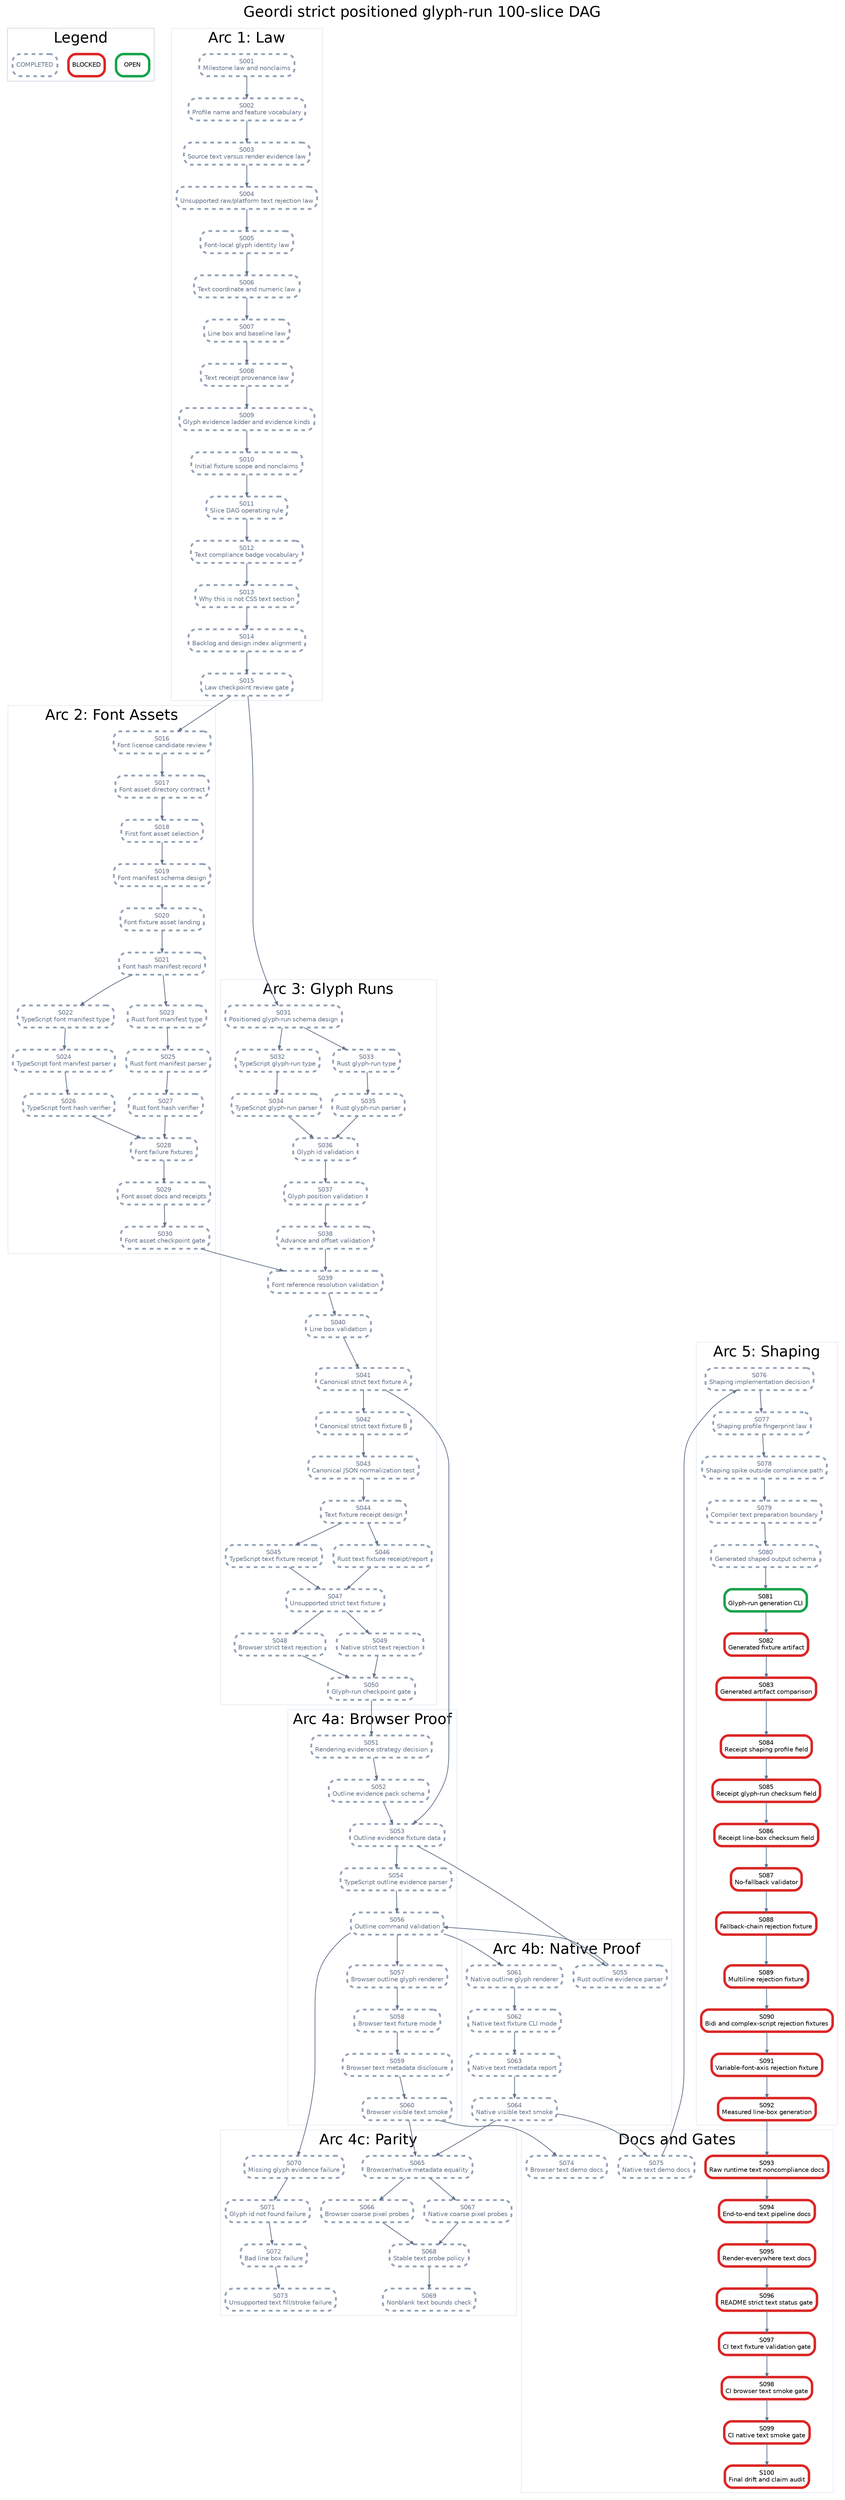
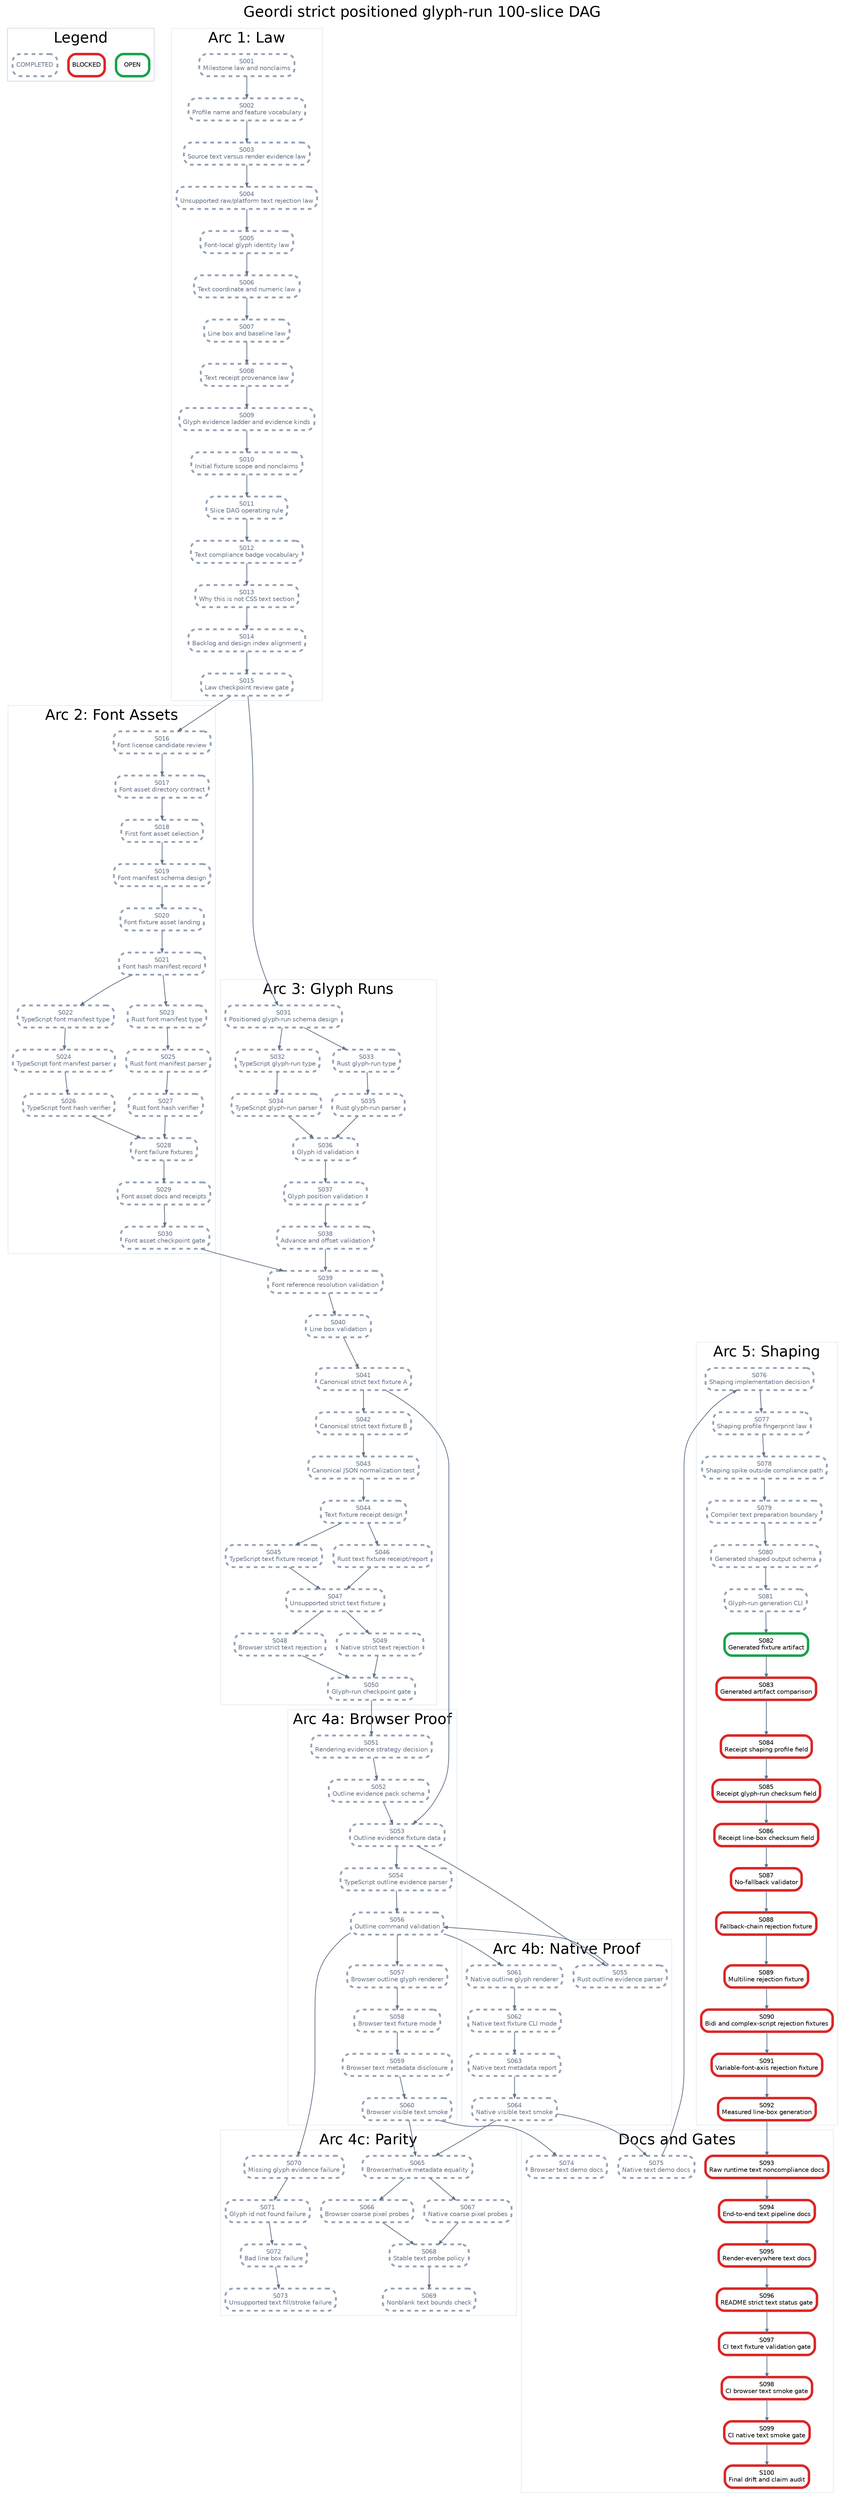
digraph StrictPositionedGlyphRunPlan {
  graph [rankdir=TB, bgcolor="white", fontname="Helvetica", label="Geordi strict positioned glyph-run 100-slice DAG", labelloc="t", fontsize=24];
  node [shape=box, style="rounded,filled", fillcolor="white", fontname="Helvetica", fontsize=10, margin="0.08,0.05"];
  edge [color="#64748b", arrowsize=0.6, penwidth=1.2];

  subgraph cluster_legend {
    label="Legend";
    color="#cbd5e1";
    legend_open [label="OPEN", color="#16a34a", penwidth=4];
    legend_blocked [label="BLOCKED", color="#dc2626", penwidth=4];
    legend_done [label="COMPLETED", color="#94a3b8", penwidth=3, style="rounded,filled,dashed", fontcolor="#64748b"];
  }

  subgraph cluster_law {
    label="Arc 1: Law";
    color="#e2e8f0";
    S001 [label="S001\nMilestone law and nonclaims", color="#94a3b8", penwidth=3, style="rounded,filled,dashed", fontcolor="#64748b"];
    S002 [label="S002\nProfile name and feature vocabulary", color="#94a3b8", penwidth=3, style="rounded,filled,dashed", fontcolor="#64748b"];
    S003 [label="S003\nSource text versus render evidence law", color="#94a3b8", penwidth=3, style="rounded,filled,dashed", fontcolor="#64748b"];
    S004 [label="S004\nUnsupported raw/platform text rejection law", color="#94a3b8", penwidth=3, style="rounded,filled,dashed", fontcolor="#64748b"];
    S005 [label="S005\nFont-local glyph identity law", color="#94a3b8", penwidth=3, style="rounded,filled,dashed", fontcolor="#64748b"];
    S006 [label="S006\nText coordinate and numeric law", color="#94a3b8", penwidth=3, style="rounded,filled,dashed", fontcolor="#64748b"];
    S007 [label="S007\nLine box and baseline law", color="#94a3b8", penwidth=3, style="rounded,filled,dashed", fontcolor="#64748b"];
    S008 [label="S008\nText receipt provenance law", color="#94a3b8", penwidth=3, style="rounded,filled,dashed", fontcolor="#64748b"];
    S009 [label="S009\nGlyph evidence ladder and evidence kinds", color="#94a3b8", penwidth=3, style="rounded,filled,dashed", fontcolor="#64748b"];
    S010 [label="S010\nInitial fixture scope and nonclaims", color="#94a3b8", penwidth=3, style="rounded,filled,dashed", fontcolor="#64748b"];
    S011 [label="S011\nSlice DAG operating rule", color="#94a3b8", penwidth=3, style="rounded,filled,dashed", fontcolor="#64748b"];
    S012 [label="S012\nText compliance badge vocabulary", color="#94a3b8", penwidth=3, style="rounded,filled,dashed", fontcolor="#64748b"];
    S013 [label="S013\nWhy this is not CSS text section", color="#94a3b8", penwidth=3, style="rounded,filled,dashed", fontcolor="#64748b"];
    S014 [label="S014\nBacklog and design index alignment", color="#94a3b8", penwidth=3, style="rounded,filled,dashed", fontcolor="#64748b"];
    S015 [label="S015\nLaw checkpoint review gate", color="#94a3b8", penwidth=3, style="rounded,filled,dashed", fontcolor="#64748b"];
  }

  subgraph cluster_assets {
    label="Arc 2: Font Assets";
    color="#e2e8f0";
    S016 [label="S016\nFont license candidate review", color="#94a3b8", penwidth=3, style="rounded,filled,dashed", fontcolor="#64748b"];
    S017 [label="S017\nFont asset directory contract", color="#94a3b8", penwidth=3, style="rounded,filled,dashed", fontcolor="#64748b"];
    S018 [label="S018\nFirst font asset selection", color="#94a3b8", penwidth=3, style="rounded,filled,dashed", fontcolor="#64748b"];
    S019 [label="S019\nFont manifest schema design", color="#94a3b8", penwidth=3, style="rounded,filled,dashed", fontcolor="#64748b"];
    S020 [label="S020\nFont fixture asset landing", color="#94a3b8", penwidth=3, style="rounded,filled,dashed", fontcolor="#64748b"];
    S021 [label="S021\nFont hash manifest record", color="#94a3b8", penwidth=3, style="rounded,filled,dashed", fontcolor="#64748b"];
    S022 [label="S022\nTypeScript font manifest type", color="#94a3b8", penwidth=3, style="rounded,filled,dashed", fontcolor="#64748b"];
    S023 [label="S023\nRust font manifest type", color="#94a3b8", penwidth=3, style="rounded,filled,dashed", fontcolor="#64748b"];
    S024 [label="S024\nTypeScript font manifest parser", color="#94a3b8", penwidth=3, style="rounded,filled,dashed", fontcolor="#64748b"];
    S025 [label="S025\nRust font manifest parser", color="#94a3b8", penwidth=3, style="rounded,filled,dashed", fontcolor="#64748b"];
    S026 [label="S026\nTypeScript font hash verifier", color="#94a3b8", penwidth=3, style="rounded,filled,dashed", fontcolor="#64748b"];
    S027 [label="S027\nRust font hash verifier", color="#94a3b8", penwidth=3, style="rounded,filled,dashed", fontcolor="#64748b"];
    S028 [label="S028\nFont failure fixtures", color="#94a3b8", penwidth=3, style="rounded,filled,dashed", fontcolor="#64748b"];
    S029 [label="S029\nFont asset docs and receipts", color="#94a3b8", penwidth=3, style="rounded,filled,dashed", fontcolor="#64748b"];
    S030 [label="S030\nFont asset checkpoint gate", color="#94a3b8", penwidth=3, style="rounded,filled,dashed", fontcolor="#64748b"];
  }

  subgraph cluster_glyph {
    label="Arc 3: Glyph Runs";
    color="#e2e8f0";
    S031 [label="S031\nPositioned glyph-run schema design", color="#94a3b8", penwidth=3, style="rounded,filled,dashed", fontcolor="#64748b"];
    S032 [label="S032\nTypeScript glyph-run type", color="#94a3b8", penwidth=3, style="rounded,filled,dashed", fontcolor="#64748b"];
    S033 [label="S033\nRust glyph-run type", color="#94a3b8", penwidth=3, style="rounded,filled,dashed", fontcolor="#64748b"];
    S034 [label="S034\nTypeScript glyph-run parser", color="#94a3b8", penwidth=3, style="rounded,filled,dashed", fontcolor="#64748b"];
    S035 [label="S035\nRust glyph-run parser", color="#94a3b8", penwidth=3, style="rounded,filled,dashed", fontcolor="#64748b"];
    S036 [label="S036\nGlyph id validation", color="#94a3b8", penwidth=3, style="rounded,filled,dashed", fontcolor="#64748b"];
    S037 [label="S037\nGlyph position validation", color="#94a3b8", penwidth=3, style="rounded,filled,dashed", fontcolor="#64748b"];
    S038 [label="S038\nAdvance and offset validation", color="#94a3b8", penwidth=3, style="rounded,filled,dashed", fontcolor="#64748b"];
    S039 [label="S039\nFont reference resolution validation", color="#94a3b8", penwidth=3, style="rounded,filled,dashed", fontcolor="#64748b"];
    S040 [label="S040\nLine box validation", color="#94a3b8", penwidth=3, style="rounded,filled,dashed", fontcolor="#64748b"];
    S041 [label="S041\nCanonical strict text fixture A", color="#94a3b8", penwidth=3, style="rounded,filled,dashed", fontcolor="#64748b"];
    S042 [label="S042\nCanonical strict text fixture B", color="#94a3b8", penwidth=3, style="rounded,filled,dashed", fontcolor="#64748b"];
    S043 [label="S043\nCanonical JSON normalization test", color="#94a3b8", penwidth=3, style="rounded,filled,dashed", fontcolor="#64748b"];
    S044 [label="S044\nText fixture receipt design", color="#94a3b8", penwidth=3, style="rounded,filled,dashed", fontcolor="#64748b"];
    S045 [label="S045\nTypeScript text fixture receipt", color="#94a3b8", penwidth=3, style="rounded,filled,dashed", fontcolor="#64748b"];
    S046 [label="S046\nRust text fixture receipt/report", color="#94a3b8", penwidth=3, style="rounded,filled,dashed", fontcolor="#64748b"];
    S047 [label="S047\nUnsupported strict text fixture", color="#94a3b8", penwidth=3, style="rounded,filled,dashed", fontcolor="#64748b"];
    S048 [label="S048\nBrowser strict text rejection", color="#94a3b8", penwidth=3, style="rounded,filled,dashed", fontcolor="#64748b"];
    S049 [label="S049\nNative strict text rejection", color="#94a3b8", penwidth=3, style="rounded,filled,dashed", fontcolor="#64748b"];
    S050 [label="S050\nGlyph-run checkpoint gate", color="#94a3b8", penwidth=3, style="rounded,filled,dashed", fontcolor="#64748b"];
  }

  subgraph cluster_browser {
    label="Arc 4a: Browser Proof";
    color="#e2e8f0";
    S051 [label="S051\nRendering evidence strategy decision", color="#94a3b8", penwidth=3, style="rounded,filled,dashed", fontcolor="#64748b"];
    S052 [label="S052\nOutline evidence pack schema", color="#94a3b8", penwidth=3, style="rounded,filled,dashed", fontcolor="#64748b"];
    S053 [label="S053\nOutline evidence fixture data", color="#94a3b8", penwidth=3, style="rounded,filled,dashed", fontcolor="#64748b"];
    S054 [label="S054\nTypeScript outline evidence parser", color="#94a3b8", penwidth=3, style="rounded,filled,dashed", fontcolor="#64748b"];
    S056 [label="S056\nOutline command validation", color="#94a3b8", penwidth=3, style="rounded,filled,dashed", fontcolor="#64748b"];
    S057 [label="S057\nBrowser outline glyph renderer", color="#94a3b8", penwidth=3, style="rounded,filled,dashed", fontcolor="#64748b"];
    S058 [label="S058\nBrowser text fixture mode", color="#94a3b8", penwidth=3, style="rounded,filled,dashed", fontcolor="#64748b"];
    S059 [label="S059\nBrowser text metadata disclosure", color="#94a3b8", penwidth=3, style="rounded,filled,dashed", fontcolor="#64748b"];
    S060 [label="S060\nBrowser visible text smoke", color="#94a3b8", penwidth=3, style="rounded,filled,dashed", fontcolor="#64748b"];
  }

  subgraph cluster_native {
    label="Arc 4b: Native Proof";
    color="#e2e8f0";
    S055 [label="S055\nRust outline evidence parser", color="#94a3b8", penwidth=3, style="rounded,filled,dashed", fontcolor="#64748b"];
    S061 [label="S061\nNative outline glyph renderer", color="#94a3b8", penwidth=3, style="rounded,filled,dashed", fontcolor="#64748b"];
    S062 [label="S062\nNative text fixture CLI mode", color="#94a3b8", penwidth=3, style="rounded,filled,dashed", fontcolor="#64748b"];
    S063 [label="S063\nNative text metadata report", color="#94a3b8", penwidth=3, style="rounded,filled,dashed", fontcolor="#64748b"];
    S064 [label="S064\nNative visible text smoke", color="#94a3b8", penwidth=3, style="rounded,filled,dashed", fontcolor="#64748b"];
  }

  subgraph cluster_parity {
    label="Arc 4c: Parity";
    color="#e2e8f0";
    S065 [label="S065\nBrowser/native metadata equality", color="#94a3b8", penwidth=3, style="rounded,filled,dashed", fontcolor="#64748b"];
    S066 [label="S066\nBrowser coarse pixel probes", color="#94a3b8", penwidth=3, style="rounded,filled,dashed", fontcolor="#64748b"];
    S067 [label="S067\nNative coarse pixel probes", color="#94a3b8", penwidth=3, style="rounded,filled,dashed", fontcolor="#64748b"];
    S068 [label="S068\nStable text probe policy", color="#94a3b8", penwidth=3, style="rounded,filled,dashed", fontcolor="#64748b"];
    S069 [label="S069\nNonblank text bounds check", color="#94a3b8", penwidth=3, style="rounded,filled,dashed", fontcolor="#64748b"];
    S070 [label="S070\nMissing glyph evidence failure", color="#94a3b8", penwidth=3, style="rounded,filled,dashed", fontcolor="#64748b"];
    S071 [label="S071\nGlyph id not found failure", color="#94a3b8", penwidth=3, style="rounded,filled,dashed", fontcolor="#64748b"];
    S072 [label="S072\nBad line box failure", color="#94a3b8", penwidth=3, style="rounded,filled,dashed", fontcolor="#64748b"];
    S073 [label="S073\nUnsupported text fill/stroke failure", color="#94a3b8", penwidth=3, style="rounded,filled,dashed", fontcolor="#64748b"];
  }

  subgraph cluster_shaping {
    label="Arc 5: Shaping";
    color="#e2e8f0";
    S076 [label="S076\nShaping implementation decision", color="#94a3b8", penwidth=3, style="rounded,filled,dashed", fontcolor="#64748b"];
    S077 [label="S077\nShaping profile fingerprint law", color="#94a3b8", penwidth=3, style="rounded,filled,dashed", fontcolor="#64748b"];
    S078 [label="S078\nShaping spike outside compliance path", color="#94a3b8", penwidth=3, style="rounded,filled,dashed", fontcolor="#64748b"];
    S079 [label="S079\nCompiler text preparation boundary", color="#94a3b8", penwidth=3, style="rounded,filled,dashed", fontcolor="#64748b"];
    S080 [label="S080\nGenerated shaped output schema", color="#94a3b8", penwidth=3, style="rounded,filled,dashed", fontcolor="#64748b"];
-     S081 [label="S081\nGlyph-run generation CLI", color="#16a34a", penwidth=4];
-     S082 [label="S082\nGenerated fixture artifact", color="#dc2626", penwidth=4];
+     S081 [label="S081\nGlyph-run generation CLI", color="#94a3b8", penwidth=3, style="rounded,filled,dashed", fontcolor="#64748b"];
+     S082 [label="S082\nGenerated fixture artifact", color="#16a34a", penwidth=4];
    S083 [label="S083\nGenerated artifact comparison", color="#dc2626", penwidth=4];
    S084 [label="S084\nReceipt shaping profile field", color="#dc2626", penwidth=4];
    S085 [label="S085\nReceipt glyph-run checksum field", color="#dc2626", penwidth=4];
    S086 [label="S086\nReceipt line-box checksum field", color="#dc2626", penwidth=4];
    S087 [label="S087\nNo-fallback validator", color="#dc2626", penwidth=4];
    S088 [label="S088\nFallback-chain rejection fixture", color="#dc2626", penwidth=4];
    S089 [label="S089\nMultiline rejection fixture", color="#dc2626", penwidth=4];
    S090 [label="S090\nBidi and complex-script rejection fixtures", color="#dc2626", penwidth=4];
    S091 [label="S091\nVariable-font-axis rejection fixture", color="#dc2626", penwidth=4];
    S092 [label="S092\nMeasured line-box generation", color="#dc2626", penwidth=4];
  }

  subgraph cluster_docs {
    label="Docs and Gates";
    color="#e2e8f0";
    S074 [label="S074\nBrowser text demo docs", color="#94a3b8", penwidth=3, style="rounded,filled,dashed", fontcolor="#64748b"];
    S075 [label="S075\nNative text demo docs", color="#94a3b8", penwidth=3, style="rounded,filled,dashed", fontcolor="#64748b"];
    S093 [label="S093\nRaw runtime text noncompliance docs", color="#dc2626", penwidth=4];
    S094 [label="S094\nEnd-to-end text pipeline docs", color="#dc2626", penwidth=4];
    S095 [label="S095\nRender-everywhere text docs", color="#dc2626", penwidth=4];
    S096 [label="S096\nREADME strict text status gate", color="#dc2626", penwidth=4];
    S097 [label="S097\nCI text fixture validation gate", color="#dc2626", penwidth=4];
    S098 [label="S098\nCI browser text smoke gate", color="#dc2626", penwidth=4];
    S099 [label="S099\nCI native text smoke gate", color="#dc2626", penwidth=4];
    S100 [label="S100\nFinal drift and claim audit", color="#dc2626", penwidth=4];
  }

  S001 -> S002;
  S002 -> S003;
  S003 -> S004;
  S004 -> S005;
  S005 -> S006;
  S006 -> S007;
  S007 -> S008;
  S008 -> S009;
  S009 -> S010;
  S010 -> S011;
  S011 -> S012;
  S012 -> S013;
  S013 -> S014;
  S014 -> S015;
  S015 -> S016;
  S016 -> S017;
  S017 -> S018;
  S018 -> S019;
  S019 -> S020;
  S020 -> S021;
  S021 -> S022;
  S021 -> S023;
  S022 -> S024;
  S023 -> S025;
  S024 -> S026;
  S025 -> S027;
  S026 -> S028;
  S027 -> S028;
  S028 -> S029;
  S029 -> S030;
  S015 -> S031;
  S031 -> S032;
  S031 -> S033;
  S032 -> S034;
  S033 -> S035;
  S034 -> S036;
  S035 -> S036;
  S036 -> S037;
  S037 -> S038;
  S038 -> S039;
  S039 -> S040;
  S030 -> S039;
  S040 -> S041;
  S041 -> S042;
  S042 -> S043;
  S043 -> S044;
  S044 -> S045;
  S044 -> S046;
  S045 -> S047;
  S046 -> S047;
  S047 -> S048;
  S047 -> S049;
  S048 -> S050;
  S049 -> S050;
  S050 -> S051;
  S051 -> S052;
  S052 -> S053;
  S041 -> S053;
  S053 -> S054;
  S053 -> S055;
  S054 -> S056;
  S055 -> S056;
  S056 -> S057;
  S057 -> S058;
  S058 -> S059;
  S059 -> S060;
  S056 -> S061;
  S061 -> S062;
  S062 -> S063;
  S063 -> S064;
  S060 -> S065;
  S064 -> S065;
  S065 -> S066;
  S065 -> S067;
  S066 -> S068;
  S067 -> S068;
  S068 -> S069;
  S056 -> S070;
  S070 -> S071;
  S071 -> S072;
  S072 -> S073;
  S060 -> S074;
  S064 -> S075;
  S075 -> S076;
  S076 -> S077;
  S077 -> S078;
  S078 -> S079;
  S079 -> S080;
  S080 -> S081;
  S081 -> S082;
  S082 -> S083;
  S083 -> S084;
  S084 -> S085;
  S085 -> S086;
  S086 -> S087;
  S087 -> S088;
  S088 -> S089;
  S089 -> S090;
  S090 -> S091;
  S091 -> S092;
  S092 -> S093;
  S093 -> S094;
  S094 -> S095;
  S095 -> S096;
  S096 -> S097;
  S097 -> S098;
  S098 -> S099;
  S099 -> S100;
}
